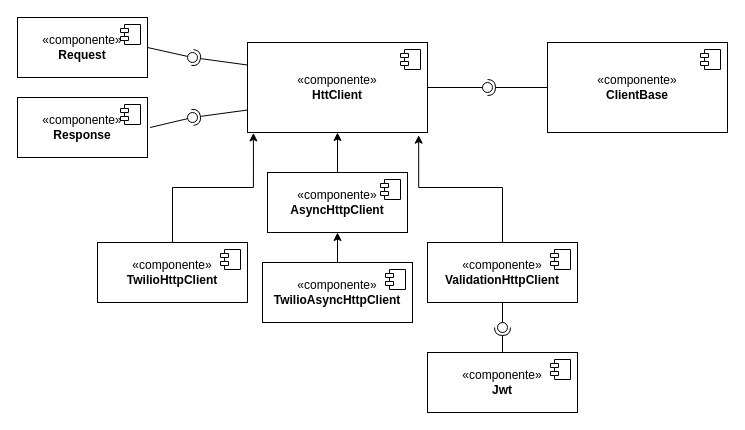
Above: VistaFuncionalClienteBase.drawio in PepeCoral/twilio-latex (draw.io), before the change. Source tidied: cells renumbered, new cells numbered last; positions are measured from the earlier drawing's top-left corner, leaving out a move shared by most shapes. Both pictures are drawn from the tidied source at 100%, with x=0, y=0 at pixel (17, 17).
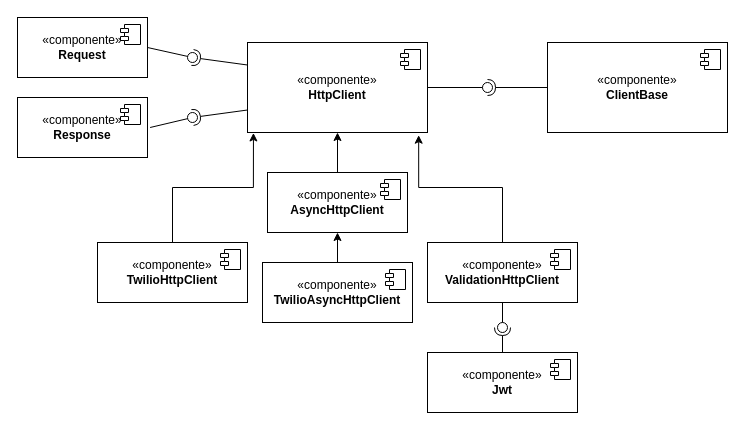
The same diagram, later.

Commit message (it also covers changes not shown here):
Arreglar typo en vista funcional cliente base

What changed in the source:
```diff
@@
-    <mxCell id="2" value="«componente»&lt;br&gt;&lt;b&gt;HttClient&lt;/b&gt;" style="html=1;whiteSpace=wrap;" parent="1" vertex="1">
+    <mxCell id="2" value="«componente»&lt;br&gt;&lt;b&gt;HttpClient&lt;/b&gt;" style="html=1;whiteSpace=wrap;" parent="1" vertex="1">
       <mxGeometry x="230" y="25" width="180" height="90" as="geometry" />
     </mxCell>
```
